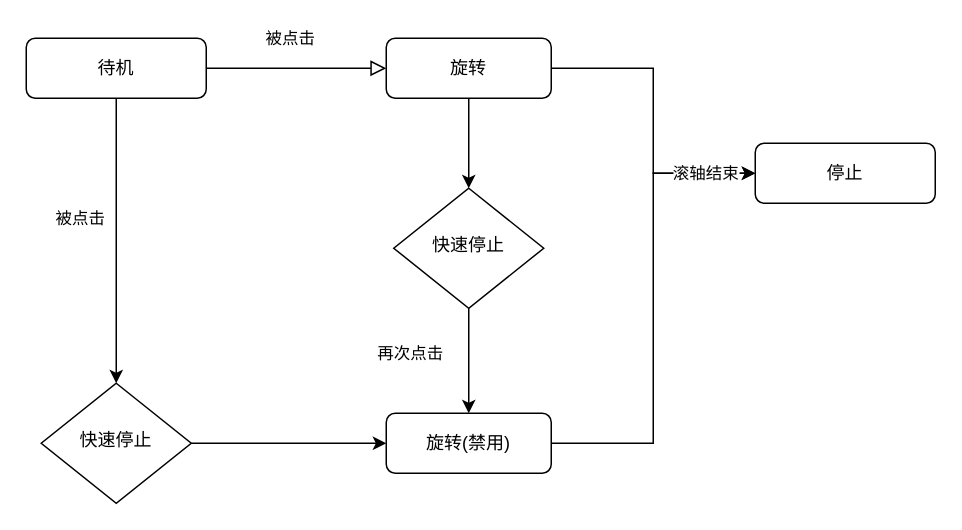
The draw.io diagram buttom.drawio in Raindrips/Draw, before the edit. Source tidied: cells renumbered, new cells numbered last; positions are measured from the earlier drawing's top-left corner, leaving out a move shared by most shapes. Both pictures are drawn from the tidied source at 150%, with x=0, y=0 at pixel (26, 38).
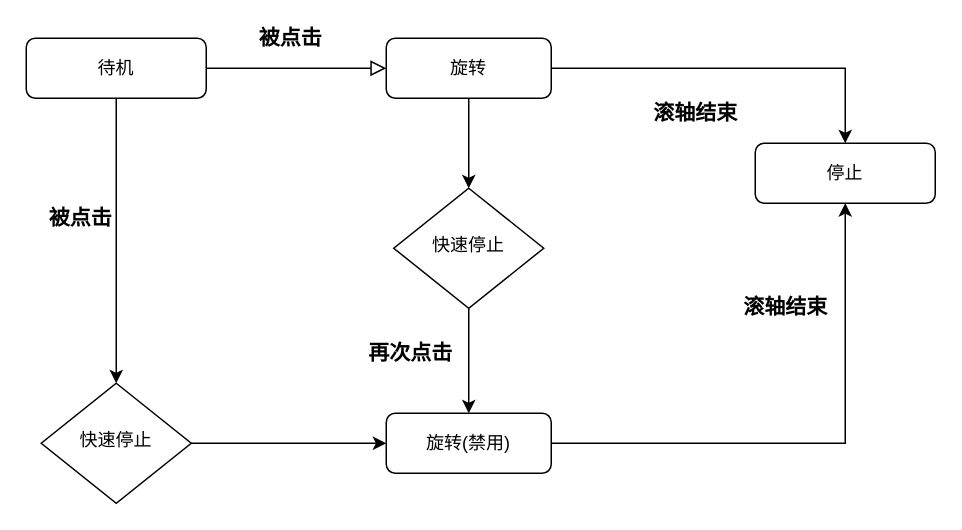
The same diagram, later.

The edit, as a diff of the source:
```diff
@@
 <mxGraphModel>
   <root>
     <mxCell id="0" />
     <mxCell id="1" parent="0" />
-    <mxCell id="2" value="被点击" style="rounded=0;html=1;jettySize=auto;fontSize=11;endArrow=block;endFill=0;endSize=8;strokeWidth=1;shadow=0;labelBackgroundColor=none;edgeStyle=orthogonalEdgeStyle;entryX=0;entryY=0.5;entryDx=0;entryDy=0;" parent="1" edge="1" source="4" target="9">
+    <mxCell id="2" value="被点击" style="rounded=0;html=1;jettySize=auto;fontSize=14;endArrow=block;endFill=0;endSize=8;strokeWidth=1;shadow=0;labelBackgroundColor=none;edgeStyle=orthogonalEdgeStyle;entryX=0;entryY=0.5;entryDx=0;entryDy=0;fontStyle=1;" parent="1" edge="1" source="4" target="9">
       <mxGeometry x="-0.07" y="20" relative="1" as="geometry" />
     </mxCell>
-    <mxCell id="3" value="被点击" style="edgeStyle=orthogonalEdgeStyle;rounded=0;jettySize=auto;html=1;entryX=0.5;entryY=0;entryDx=0;entryDy=0;" parent="1" edge="1" source="4" target="14">
+    <mxCell id="3" value="被点击" style="edgeStyle=orthogonalEdgeStyle;rounded=0;jettySize=auto;html=1;entryX=0.5;entryY=0;entryDx=0;entryDy=0;fontSize=14;fontStyle=1;" parent="1" edge="1" source="4" target="14">
       <mxGeometry x="-0.16" y="-24" relative="1" as="geometry">
         <Array as="points">
           <mxPoint x="60" y="230" />
         </Array>
       </mxGeometry>
     </mxCell>
     <mxCell id="4" value="待机" style="rounded=1;whiteSpace=wrap;html=1;fontSize=12;glass=0;strokeWidth=1;shadow=0;" parent="1" vertex="1">
       <mxGeometry width="120" height="40" as="geometry" />
     </mxCell>
-    <mxCell id="5" value="再次点击" style="edgeStyle=orthogonalEdgeStyle;rounded=0;jettySize=auto;html=1;entryX=0.5;entryY=0;entryDx=0;entryDy=0;" parent="1" edge="1" source="6" target="12">
+    <mxCell id="5" value="再次点击" style="edgeStyle=orthogonalEdgeStyle;rounded=0;jettySize=auto;html=1;entryX=0.5;entryY=0;entryDx=0;entryDy=0;fontSize=14;fontStyle=1;" parent="1" edge="1" source="6" target="12">
       <mxGeometry x="-0.14" y="-39" relative="1" as="geometry" />
     </mxCell>
     <mxCell id="6" value="快速停止" style="rhombus;whiteSpace=wrap;html=1;shadow=0;fontFamily=Helvetica;fontSize=12;align=center;strokeWidth=1;spacing=6;spacingTop=-4;" parent="1" vertex="1">
       <mxGeometry x="245" y="100" width="100" height="80" as="geometry" />
     </mxCell>
+    <mxCell id="8" style="edgeStyle=orthogonalEdgeStyle;rounded=0;jettySize=auto;html=1;entryX=0.5;entryY=0;entryDx=0;entryDy=0;" parent="1" edge="1" source="9" target="6">
+      <mxGeometry relative="1" as="geometry" />
+    </mxCell>
-    <mxCell id="7" style="edgeStyle=orthogonalEdgeStyle;rounded=0;jettySize=auto;html=1;entryX=0;entryY=0.5;entryDx=0;entryDy=0;" parent="1" edge="1" source="9" target="10">
-      <mxGeometry relative="1" as="geometry" />
+    <mxCell id="7" value="&lt;span style=&quot;font-size: 14px; font-weight: 700;&quot;&gt;滚轴结束&lt;/span&gt;" style="edgeStyle=orthogonalEdgeStyle;rounded=0;jettySize=auto;html=1;entryX=0.5;entryY=0;entryDx=0;entryDy=0;" parent="1" edge="1" source="9" target="10">
+      <mxGeometry x="-0.22" y="-30" relative="1" as="geometry" />
     </mxCell>
-    <mxCell id="8" style="edgeStyle=orthogonalEdgeStyle;rounded=0;jettySize=auto;html=1;entryX=0.5;entryY=0;entryDx=0;entryDy=0;" parent="1" edge="1" source="9" target="6">
-      <mxGeometry relative="1" as="geometry" />
-    </mxCell>
     <mxCell id="9" value="旋转" style="rounded=1;whiteSpace=wrap;html=1;fontSize=12;glass=0;strokeWidth=1;shadow=0;" parent="1" vertex="1">
       <mxGeometry x="240" width="110" height="40" as="geometry" />
     </mxCell>
     <mxCell id="10" value="停止" style="rounded=1;whiteSpace=wrap;html=1;fontSize=12;glass=0;strokeWidth=1;shadow=0;" parent="1" vertex="1">
       <mxGeometry x="486" y="70" width="120" height="40" as="geometry" />
     </mxCell>
-    <mxCell id="11" value="滚轴结束" style="edgeStyle=orthogonalEdgeStyle;rounded=0;jettySize=auto;html=1;entryX=0;entryY=0.5;entryDx=0;entryDy=0;" parent="1" edge="1" source="12" target="10">
-      <mxGeometry x="0.79" relative="1" as="geometry" />
+    <mxCell id="11" value="滚轴结束" style="edgeStyle=orthogonalEdgeStyle;rounded=0;jettySize=auto;html=1;entryX=0.5;entryY=1;entryDx=0;entryDy=0;fontSize=14;fontStyle=1;exitX=1;exitY=0.5;exitDx=0;exitDy=0;" parent="1" edge="1" source="12" target="10">
+      <mxGeometry x="0.61" y="40" relative="1" as="geometry" />
     </mxCell>
     <mxCell id="12" value="旋转(禁用)" style="rounded=1;whiteSpace=wrap;html=1;fontSize=12;glass=0;strokeWidth=1;shadow=0;" parent="1" vertex="1">
       <mxGeometry x="240" y="250" width="110" height="40" as="geometry" />
     </mxCell>
     <mxCell id="13" style="edgeStyle=orthogonalEdgeStyle;rounded=0;jettySize=auto;html=1;entryX=0;entryY=0.5;entryDx=0;entryDy=0;" parent="1" edge="1" source="14" target="12">
       <mxGeometry relative="1" as="geometry" />
     </mxCell>
     <mxCell id="14" value="快速停止" style="rhombus;whiteSpace=wrap;html=1;shadow=0;fontFamily=Helvetica;fontSize=12;align=center;strokeWidth=1;spacing=6;spacingTop=-4;" parent="1" vertex="1">
       <mxGeometry x="10" y="230" width="100" height="80" as="geometry" />
     </mxCell>
   </root>
 </mxGraphModel>
```
